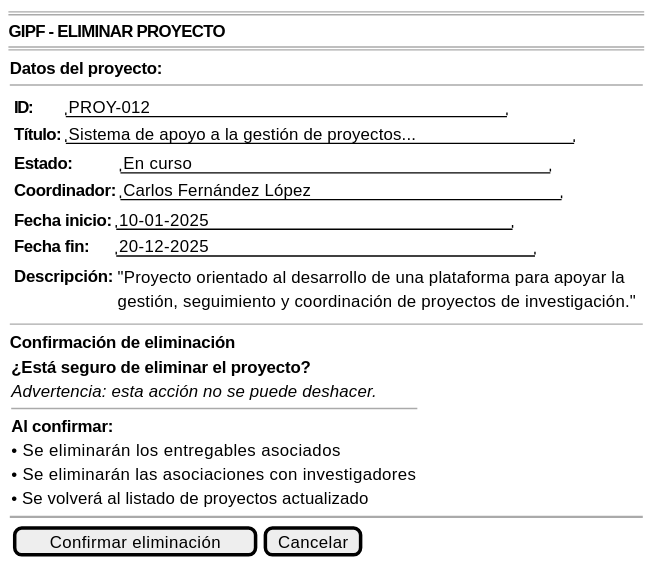
Earlier version of the PlantUML export documents/casosDeUso/detalle/coordinador/02-gestion-proyectos/eliminarProyecto/prototipo/eliminarProyecto-wireframe.svg (31Diego/25-26-IdSw1-SdR).
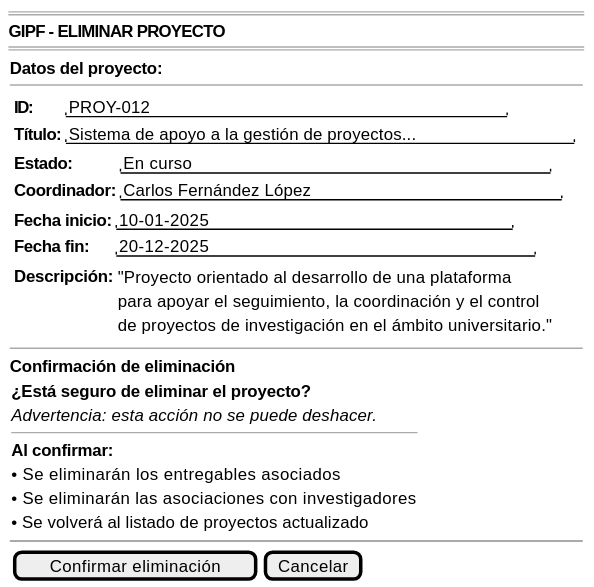
Above is the later version.

Change to the diagram source:
```diff
@@ -18,8 +18,9 @@
             <b>Fecha fin:</b> | "20-12-2025                           "}
 
             {<b>Descripción:</b> |
-                {"Proyecto orientado al desarrollo de una plataforma para apoyar la
-                gestión, seguimiento y coordinación de proyectos de investigación."}}
+                {"Proyecto orientado al desarrollo de una plataforma
+                para apoyar el seguimiento, la coordinación y el control
+                de proyectos de investigación en el ámbito universitario."}}
             }
         }
 
```
